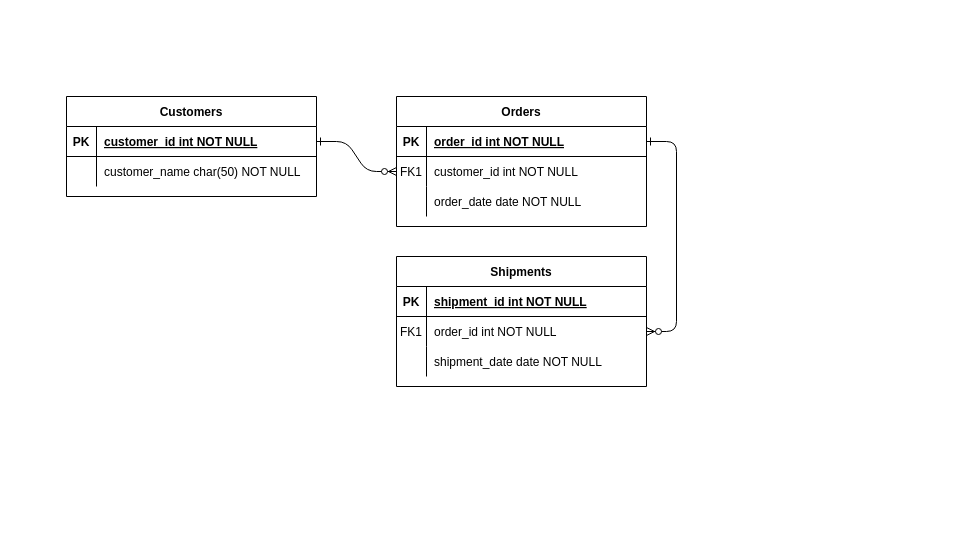
Above: DATABASES/Diagrama sin título.drawio in Kvzito/TEC_ITC (draw.io), before the change. Source tidied: cells renumbered, new cells numbered last; positions are measured from the earlier drawing's top-left corner, leaving out a move shared by most shapes. Both pictures are drawn from the tidied source at 100%, with x=0, y=0 at pixel (66, 96).
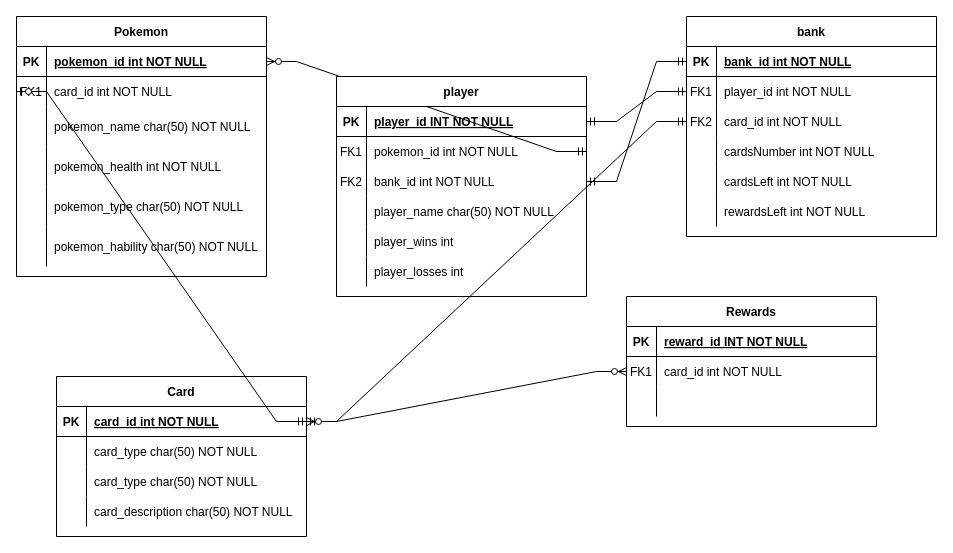
After the change.

Unchanged cells that the change refers to:
```xml
<mxCell id="5" style="shape=partialRectangle;fillColor=none;points=[[0,0.5],[1,0.5]];portConstraint=eastwest;top=0;left=0;right=0;bottom=1;" parent="4" vertex="1">
  <mxGeometry y="30" width="250" height="30" as="geometry" />
</mxCell>
<mxCell id="8" style="shape=partialRectangle;fillColor=none;points=[[0,0.5],[1,0.5]];portConstraint=eastwest;top=0;left=0;right=0;bottom=0;" parent="4" vertex="1">
  <mxGeometry y="60" width="250" height="30" as="geometry" />
</mxCell>
<mxCell id="15" style="shape=partialRectangle;fillColor=none;top=0;left=0;right=0;bottom=1;" parent="14" vertex="1">
  <mxGeometry y="30" width="250" height="30" as="geometry" />
</mxCell>
<mxCell id="18" style="shape=partialRectangle;fillColor=none;points=[[0,0.5],[1,0.5]];portConstraint=eastwest;top=0;left=0;right=0;bottom=0;" parent="14" vertex="1">
  <mxGeometry y="60" width="250" height="30" as="geometry" />
</mxCell>
<mxCell id="21" style="shape=partialRectangle;fillColor=none;top=0;left=0;right=0;bottom=0;" parent="14" vertex="1">
  <mxGeometry y="90" width="250" height="30" as="geometry" />
</mxCell>
<mxCell id="25" style="shape=partialRectangle;fillColor=none;points=[[0,0.5],[1,0.5]];portConstraint=eastwest;top=0;left=0;right=0;bottom=1;" parent="24" vertex="1">
  <mxGeometry y="30" width="250" height="30" as="geometry" />
</mxCell>
```

Diff of the diagram source:
```diff
@@
-    <mxCell id="2" style="edgeStyle=entityRelationEdgeStyle;endArrow=ERzeroToMany;startArrow=ERone;endFill=1;startFill=0;" parent="1" edge="1" source="25" target="8">
-      <mxGeometry relative="1" as="geometry" />
-    </mxCell>
-    <mxCell id="3" style="edgeStyle=entityRelationEdgeStyle;endArrow=ERzeroToMany;startArrow=ERone;endFill=1;startFill=0;" parent="1" edge="1" source="5" target="18">
-      <mxGeometry relative="1" as="geometry" />
-    </mxCell>
-    <mxCell id="4" value="Orders" style="shape=table;startSize=30;childLayout=tableLayout;rowLines=0;fontStyle=1;align=center;" parent="1" vertex="1">
-      <mxGeometry x="330" width="250" height="130" as="geometry" />
+    <mxCell id="4" value="Pokemon" style="shape=table;startSize=30;childLayout=tableLayout;rowLines=0;fontStyle=1;align=center;" parent="1" vertex="1">
+      <mxGeometry x="-50" y="-80" width="250" height="260" as="geometry" />
     </mxCell>
@@
-    <mxCell id="7" value="order_id int NOT NULL " style="shape=partialRectangle;overflow=hidden;fillColor=none;top=0;left=0;bottom=0;right=0;align=left;spacingLeft=6;fontStyle=5;" parent="5" vertex="1">
+    <mxCell id="7" value="pokemon_id int NOT NULL " style="shape=partialRectangle;overflow=hidden;fillColor=none;top=0;left=0;bottom=0;right=0;align=left;spacingLeft=6;fontStyle=5;" parent="5" vertex="1">
       <mxGeometry x="30" width="220" height="30" as="geometry" />
     </mxCell>
@@
-    <mxCell id="10" value="customer_id int NOT NULL" style="shape=partialRectangle;overflow=hidden;fillColor=none;top=0;left=0;bottom=0;right=0;align=left;spacingLeft=6;" parent="8" vertex="1">
+    <mxCell id="10" value="card_id int NOT NULL" style="shape=partialRectangle;overflow=hidden;fillColor=none;top=0;left=0;bottom=0;right=0;align=left;spacingLeft=6;" parent="8" vertex="1">
       <mxGeometry x="30" width="220" height="30" as="geometry" />
     </mxCell>
     <mxCell id="11" style="shape=partialRectangle;fillColor=none;top=0;left=0;right=0;bottom=0;" parent="4" vertex="1">
-      <mxGeometry y="90" width="250" height="30" as="geometry" />
+      <mxGeometry y="90" width="250" height="40" as="geometry" />
     </mxCell>
     <mxCell id="12" style="shape=partialRectangle;overflow=hidden;fillColor=none;top=0;left=0;bottom=0;right=0;" parent="11" vertex="1">
-      <mxGeometry width="30" height="30" as="geometry" />
+      <mxGeometry width="30" height="40" as="geometry" />
     </mxCell>
-    <mxCell id="13" value="order_date date NOT NULL" style="shape=partialRectangle;overflow=hidden;fillColor=none;top=0;left=0;bottom=0;right=0;align=left;spacingLeft=6;" parent="11" vertex="1">
-      <mxGeometry x="30" width="220" height="30" as="geometry" />
+    <mxCell id="13" value="pokemon_name char(50) NOT NULL" style="shape=partialRectangle;overflow=hidden;fillColor=none;top=0;left=0;bottom=0;right=0;align=left;spacingLeft=6;" parent="11" vertex="1">
+      <mxGeometry x="30" width="220" height="40" as="geometry" />
     </mxCell>
+    <mxCell id="31" style="shape=partialRectangle;fillColor=none;top=0;left=0;right=0;bottom=0;" parent="4" vertex="1">
+      <mxGeometry y="130" width="250" height="40" as="geometry" />
+    </mxCell>
+    <mxCell id="32" style="shape=partialRectangle;overflow=hidden;fillColor=none;top=0;left=0;bottom=0;right=0;" parent="31" vertex="1">
+      <mxGeometry width="30" height="40" as="geometry" />
+    </mxCell>
+    <mxCell id="33" value="pokemon_health int NOT NULL" style="shape=partialRectangle;overflow=hidden;fillColor=none;top=0;left=0;bottom=0;right=0;align=left;spacingLeft=6;" parent="31" vertex="1">
+      <mxGeometry x="30" width="220" height="40" as="geometry" />
+    </mxCell>
+    <mxCell id="34" style="shape=partialRectangle;fillColor=none;top=0;left=0;right=0;bottom=0;" parent="4" vertex="1">
+      <mxGeometry y="170" width="250" height="40" as="geometry" />
+    </mxCell>
+    <mxCell id="35" style="shape=partialRectangle;overflow=hidden;fillColor=none;top=0;left=0;bottom=0;right=0;" parent="34" vertex="1">
+      <mxGeometry width="30" height="40" as="geometry" />
+    </mxCell>
+    <mxCell id="36" value="pokemon_type char(50) NOT NULL" style="shape=partialRectangle;overflow=hidden;fillColor=none;top=0;left=0;bottom=0;right=0;align=left;spacingLeft=6;" parent="34" vertex="1">
+      <mxGeometry x="30" width="220" height="40" as="geometry" />
+    </mxCell>
+    <mxCell id="37" style="shape=partialRectangle;fillColor=none;top=0;left=0;right=0;bottom=0;" parent="4" vertex="1">
+      <mxGeometry y="210" width="250" height="40" as="geometry" />
+    </mxCell>
+    <mxCell id="38" style="shape=partialRectangle;overflow=hidden;fillColor=none;top=0;left=0;bottom=0;right=0;" parent="37" vertex="1">
+      <mxGeometry width="30" height="40" as="geometry" />
+    </mxCell>
+    <mxCell id="39" value="pokemon_hability char(50) NOT NULL" style="shape=partialRectangle;overflow=hidden;fillColor=none;top=0;left=0;bottom=0;right=0;align=left;spacingLeft=6;" parent="37" vertex="1">
+      <mxGeometry x="30" width="220" height="40" as="geometry" />
+    </mxCell>
-    <mxCell id="14" value="Shipments" style="shape=table;startSize=30;childLayout=tableLayout;rowLines=0;fontStyle=1;align=center;" parent="1" vertex="1">
-      <mxGeometry x="330" y="160" width="250" height="130" as="geometry" />
+    <mxCell id="14" value="Rewards" style="shape=table;startSize=30;childLayout=tableLayout;rowLines=0;fontStyle=1;align=center;" parent="1" vertex="1">
+      <mxGeometry x="560" y="200" width="250" height="130" as="geometry" />
     </mxCell>
@@
-    <mxCell id="17" value="shipment_id int NOT NULL " style="shape=partialRectangle;overflow=hidden;fillColor=none;top=0;left=0;bottom=0;right=0;align=left;spacingLeft=6;fontStyle=5;" parent="15" vertex="1">
+    <mxCell id="17" value="reward_id INT NOT NULL" style="shape=partialRectangle;overflow=hidden;fillColor=none;top=0;left=0;bottom=0;right=0;align=left;spacingLeft=6;fontStyle=5;" parent="15" vertex="1">
       <mxGeometry x="30" width="220" height="30" as="geometry" />
     </mxCell>
@@
-    <mxCell id="20" value="order_id int NOT NULL" style="shape=partialRectangle;overflow=hidden;fillColor=none;top=0;left=0;bottom=0;right=0;align=left;spacingLeft=6;" parent="18" vertex="1">
+    <mxCell id="20" value="card_id int NOT NULL" style="shape=partialRectangle;overflow=hidden;fillColor=none;top=0;left=0;bottom=0;right=0;align=left;spacingLeft=6;" parent="18" vertex="1">
       <mxGeometry x="30" width="220" height="30" as="geometry" />
     </mxCell>
@@
-    <mxCell id="23" value="shipment_date date NOT NULL" style="shape=partialRectangle;overflow=hidden;fillColor=none;top=0;left=0;bottom=0;right=0;align=left;spacingLeft=6;" parent="21" vertex="1">
+    <mxCell id="23" style="shape=partialRectangle;overflow=hidden;fillColor=none;top=0;left=0;bottom=0;right=0;align=left;spacingLeft=6;" parent="21" vertex="1">
       <mxGeometry x="30" width="220" height="30" as="geometry" />
     </mxCell>
-    <mxCell id="24" value="Customers" style="shape=table;startSize=30;childLayout=tableLayout;rowLines=0;fontStyle=1;align=center;" parent="1" vertex="1">
-      <mxGeometry width="250" height="100" as="geometry" />
+    <mxCell id="24" value="Card" style="shape=table;startSize=30;childLayout=tableLayout;rowLines=0;fontStyle=1;align=center;" parent="1" vertex="1">
+      <mxGeometry x="-10" y="280" width="250" height="160" as="geometry" />
     </mxCell>
@@
-    <mxCell id="27" value="customer_id int NOT NULL " style="shape=partialRectangle;overflow=hidden;fillColor=none;top=0;left=0;bottom=0;right=0;align=left;spacingLeft=6;fontStyle=5;" parent="25" vertex="1">
+    <mxCell id="27" value="card_id int NOT NULL " style="shape=partialRectangle;overflow=hidden;fillColor=none;top=0;left=0;bottom=0;right=0;align=left;spacingLeft=6;fontStyle=5;" parent="25" vertex="1">
       <mxGeometry x="30" width="220" height="30" as="geometry" />
     </mxCell>
+    <mxCell id="40" style="shape=partialRectangle;fillColor=none;top=0;left=0;right=0;bottom=0;" parent="24" vertex="1">
+      <mxGeometry y="60" width="250" height="30" as="geometry" />
+    </mxCell>
+    <mxCell id="41" style="shape=partialRectangle;overflow=hidden;fillColor=none;top=0;left=0;bottom=0;right=0;" parent="40" vertex="1">
+      <mxGeometry width="30" height="30" as="geometry" />
+    </mxCell>
+    <mxCell id="42" value="card_type char(50) NOT NULL" style="shape=partialRectangle;overflow=hidden;fillColor=none;top=0;left=0;bottom=0;right=0;align=left;spacingLeft=6;" parent="40" vertex="1">
+      <mxGeometry x="30" width="220" height="30" as="geometry" />
+    </mxCell>
+    <mxCell id="43" style="shape=partialRectangle;fillColor=none;top=0;left=0;right=0;bottom=0;" parent="24" vertex="1">
+      <mxGeometry y="90" width="250" height="30" as="geometry" />
+    </mxCell>
+    <mxCell id="44" style="shape=partialRectangle;overflow=hidden;fillColor=none;top=0;left=0;bottom=0;right=0;" parent="43" vertex="1">
+      <mxGeometry width="30" height="30" as="geometry" />
+    </mxCell>
+    <mxCell id="45" value="card_type char(50) NOT NULL" style="shape=partialRectangle;overflow=hidden;fillColor=none;top=0;left=0;bottom=0;right=0;align=left;spacingLeft=6;" parent="43" vertex="1">
+      <mxGeometry x="30" width="220" height="30" as="geometry" />
+    </mxCell>
     <mxCell id="28" style="shape=partialRectangle;fillColor=none;top=0;left=0;right=0;bottom=0;" parent="24" vertex="1">
-      <mxGeometry y="60" width="250" height="30" as="geometry" />
+      <mxGeometry y="120" width="250" height="30" as="geometry" />
     </mxCell>
@@
-    <mxCell id="30" value="customer_name char(50) NOT NULL" style="shape=partialRectangle;overflow=hidden;fillColor=none;top=0;left=0;bottom=0;right=0;align=left;spacingLeft=6;" parent="28" vertex="1">
+    <mxCell id="30" value="card_description char(50) NOT NULL" style="shape=partialRectangle;overflow=hidden;fillColor=none;top=0;left=0;bottom=0;right=0;align=left;spacingLeft=6;" parent="28" vertex="1">
       <mxGeometry x="30" width="220" height="30" as="geometry" />
     </mxCell>
+    <mxCell id="46" value="bank" style="shape=table;startSize=30;childLayout=tableLayout;rowLines=0;fontStyle=1;align=center;" parent="1" vertex="1">
+      <mxGeometry x="620" y="-80" width="250" height="220" as="geometry" />
+    </mxCell>
+    <mxCell id="47" style="shape=partialRectangle;fillColor=none;points=[[0,0.5],[1,0.5]];portConstraint=eastwest;top=0;left=0;right=0;bottom=1;" parent="46" vertex="1">
+      <mxGeometry y="30" width="250" height="30" as="geometry" />
+    </mxCell>
+    <mxCell id="48" value="PK" style="shape=partialRectangle;overflow=hidden;fillColor=none;top=0;left=0;bottom=0;right=0;fontStyle=1;" parent="47" vertex="1">
+      <mxGeometry width="30" height="30" as="geometry" />
+    </mxCell>
+    <mxCell id="49" value="bank_id int NOT NULL" style="shape=partialRectangle;overflow=hidden;fillColor=none;top=0;left=0;bottom=0;right=0;align=left;spacingLeft=6;fontStyle=5;" parent="47" vertex="1">
+      <mxGeometry x="30" width="220" height="30" as="geometry" />
+    </mxCell>
+    <mxCell id="50" style="shape=partialRectangle;fillColor=none;points=[[0,0.5],[1,0.5]];portConstraint=eastwest;top=0;left=0;right=0;bottom=0;" parent="46" vertex="1">
+      <mxGeometry y="60" width="250" height="30" as="geometry" />
+    </mxCell>
+    <mxCell id="51" value="FK1" style="shape=partialRectangle;overflow=hidden;fillColor=none;top=0;left=0;bottom=0;right=0;" parent="50" vertex="1">
+      <mxGeometry width="30" height="30" as="geometry" />
+    </mxCell>
+    <mxCell id="52" value="player_id int NOT NULL" style="shape=partialRectangle;overflow=hidden;fillColor=none;top=0;left=0;bottom=0;right=0;align=left;spacingLeft=6;" parent="50" vertex="1">
+      <mxGeometry x="30" width="220" height="30" as="geometry" />
+    </mxCell>
+    <mxCell id="53" style="shape=partialRectangle;fillColor=none;points=[[0,0.5],[1,0.5]];portConstraint=eastwest;top=0;left=0;right=0;bottom=0;" parent="46" vertex="1">
+      <mxGeometry y="90" width="250" height="30" as="geometry" />
+    </mxCell>
+    <mxCell id="54" value="FK2" style="shape=partialRectangle;overflow=hidden;fillColor=none;top=0;left=0;bottom=0;right=0;" parent="53" vertex="1">
+      <mxGeometry width="30" height="30" as="geometry" />
+    </mxCell>
+    <mxCell id="55" value="card_id int NOT NULL" style="shape=partialRectangle;overflow=hidden;fillColor=none;top=0;left=0;bottom=0;right=0;align=left;spacingLeft=6;" parent="53" vertex="1">
+      <mxGeometry x="30" width="220" height="30" as="geometry" />
+    </mxCell>
+    <mxCell id="56" style="shape=partialRectangle;fillColor=none;top=0;left=0;right=0;bottom=0;" parent="46" vertex="1">
+      <mxGeometry y="120" width="250" height="30" as="geometry" />
+    </mxCell>
+    <mxCell id="57" style="shape=partialRectangle;overflow=hidden;fillColor=none;top=0;left=0;bottom=0;right=0;" parent="56" vertex="1">
+      <mxGeometry width="30" height="30" as="geometry" />
+    </mxCell>
+    <mxCell id="58" value="cardsNumber int NOT NULL" style="shape=partialRectangle;overflow=hidden;fillColor=none;top=0;left=0;bottom=0;right=0;align=left;spacingLeft=6;" parent="56" vertex="1">
+      <mxGeometry x="30" width="220" height="30" as="geometry" />
+    </mxCell>
+    <mxCell id="59" style="shape=partialRectangle;fillColor=none;top=0;left=0;right=0;bottom=0;" parent="46" vertex="1">
+      <mxGeometry y="150" width="250" height="30" as="geometry" />
+    </mxCell>
+    <mxCell id="60" style="shape=partialRectangle;overflow=hidden;fillColor=none;top=0;left=0;bottom=0;right=0;" parent="59" vertex="1">
+      <mxGeometry width="30" height="30" as="geometry" />
+    </mxCell>
+    <mxCell id="61" value="cardsLeft int NOT NULL" style="shape=partialRectangle;overflow=hidden;fillColor=none;top=0;left=0;bottom=0;right=0;align=left;spacingLeft=6;" parent="59" vertex="1">
+      <mxGeometry x="30" width="220" height="30" as="geometry" />
+    </mxCell>
+    <mxCell id="62" style="shape=partialRectangle;fillColor=none;top=0;left=0;right=0;bottom=0;" parent="46" vertex="1">
+      <mxGeometry y="180" width="250" height="30" as="geometry" />
+    </mxCell>
+    <mxCell id="63" style="shape=partialRectangle;overflow=hidden;fillColor=none;top=0;left=0;bottom=0;right=0;" parent="62" vertex="1">
+      <mxGeometry width="30" height="30" as="geometry" />
+    </mxCell>
+    <mxCell id="64" value="rewardsLeft int NOT NULL" style="shape=partialRectangle;overflow=hidden;fillColor=none;top=0;left=0;bottom=0;right=0;align=left;spacingLeft=6;" parent="62" vertex="1">
+      <mxGeometry x="30" width="220" height="30" as="geometry" />
+    </mxCell>
+    <mxCell id="2" style="edgeStyle=entityRelationEdgeStyle;fontSize=12;html=1;endArrow=ERzeroToOne;startArrow=ERmandOne;rounded=0;entryX=0;entryY=0.5;entryDx=0;entryDy=0;exitX=1;exitY=0.5;exitDx=0;exitDy=0;" parent="1" edge="1" source="25" target="8">
+      <mxGeometry relative="1" as="geometry" />
+    </mxCell>
+    <mxCell id="65" style="edgeStyle=entityRelationEdgeStyle;fontSize=12;html=1;endArrow=ERmandOne;startArrow=ERmandOne;rounded=0;exitX=1;exitY=0.5;exitDx=0;exitDy=0;entryX=0;entryY=0.5;entryDx=0;entryDy=0;" parent="1" edge="1" source="69" target="50">
+      <mxGeometry relative="1" as="geometry">
+        <Array as="points">
+          <mxPoint x="190" y="220" />
+          <mxPoint x="90" y="310" />
+          <mxPoint x="170" y="280" />
+        </Array>
+      </mxGeometry>
+    </mxCell>
+    <mxCell id="66" style="edgeStyle=entityRelationEdgeStyle;fontSize=12;html=1;endArrow=ERzeroToMany;startArrow=ERmandOne;rounded=0;entryX=1;entryY=0.5;entryDx=0;entryDy=0;exitX=1;exitY=0.5;exitDx=0;exitDy=0;" parent="1" edge="1" source="72" target="5">
+      <mxGeometry relative="1" as="geometry" />
+    </mxCell>
+    <mxCell id="67" style="edgeStyle=entityRelationEdgeStyle;fontSize=12;html=1;endArrow=ERzeroToMany;startArrow=ERmandOne;rounded=0;exitX=1;exitY=0.5;exitDx=0;exitDy=0;entryX=0;entryY=0.5;entryDx=0;entryDy=0;" parent="1" edge="1" source="25" target="18">
+      <mxGeometry relative="1" as="geometry" />
+    </mxCell>
+    <mxCell id="68" value="player" style="shape=table;startSize=30;childLayout=tableLayout;rowLines=0;fontStyle=1;align=center;" parent="1" vertex="1">
+      <mxGeometry x="270" y="-20" width="250" height="220" as="geometry" />
+    </mxCell>
+    <mxCell id="69" style="shape=partialRectangle;fillColor=none;points=[[0,0.5],[1,0.5]];portConstraint=eastwest;top=0;left=0;right=0;bottom=1;" parent="68" vertex="1">
+      <mxGeometry y="30" width="250" height="30" as="geometry" />
+    </mxCell>
+    <mxCell id="70" value="PK" style="shape=partialRectangle;overflow=hidden;fillColor=none;top=0;left=0;bottom=0;right=0;fontStyle=1;" parent="69" vertex="1">
+      <mxGeometry width="30" height="30" as="geometry" />
+    </mxCell>
+    <mxCell id="71" value="player_id INT NOT NULL" style="shape=partialRectangle;overflow=hidden;fillColor=none;top=0;left=0;bottom=0;right=0;align=left;spacingLeft=6;fontStyle=5;" parent="69" vertex="1">
+      <mxGeometry x="30" width="220" height="30" as="geometry" />
+    </mxCell>
+    <mxCell id="72" style="shape=partialRectangle;fillColor=none;points=[[0,0.5],[1,0.5]];portConstraint=eastwest;top=0;left=0;right=0;bottom=0;" parent="68" vertex="1">
+      <mxGeometry y="60" width="250" height="30" as="geometry" />
+    </mxCell>
+    <mxCell id="73" value="FK1" style="shape=partialRectangle;overflow=hidden;fillColor=none;top=0;left=0;bottom=0;right=0;" parent="72" vertex="1">
+      <mxGeometry width="30" height="30" as="geometry" />
+    </mxCell>
+    <mxCell id="74" value="pokemon_id int NOT NULL" style="shape=partialRectangle;overflow=hidden;fillColor=none;top=0;left=0;bottom=0;right=0;align=left;spacingLeft=6;" parent="72" vertex="1">
+      <mxGeometry x="30" width="220" height="30" as="geometry" />
+    </mxCell>
+    <mxCell id="75" style="shape=partialRectangle;fillColor=none;points=[[0,0.5],[1,0.5]];portConstraint=eastwest;top=0;left=0;right=0;bottom=0;" parent="68" vertex="1">
+      <mxGeometry y="90" width="250" height="30" as="geometry" />
+    </mxCell>
+    <mxCell id="76" value="FK2" style="shape=partialRectangle;overflow=hidden;fillColor=none;top=0;left=0;bottom=0;right=0;" parent="75" vertex="1">
+      <mxGeometry width="30" height="30" as="geometry" />
+    </mxCell>
+    <mxCell id="77" value="bank_id int NOT NULL" style="shape=partialRectangle;overflow=hidden;fillColor=none;top=0;left=0;bottom=0;right=0;align=left;spacingLeft=6;" parent="75" vertex="1">
+      <mxGeometry x="30" width="220" height="30" as="geometry" />
+    </mxCell>
+    <mxCell id="78" style="shape=partialRectangle;fillColor=none;top=0;left=0;right=0;bottom=0;" parent="68" vertex="1">
+      <mxGeometry y="120" width="250" height="30" as="geometry" />
+    </mxCell>
+    <mxCell id="79" style="shape=partialRectangle;overflow=hidden;fillColor=none;top=0;left=0;bottom=0;right=0;" parent="78" vertex="1">
+      <mxGeometry width="30" height="30" as="geometry" />
+    </mxCell>
+    <mxCell id="80" value="player_name char(50) NOT NULL" style="shape=partialRectangle;overflow=hidden;fillColor=none;top=0;left=0;bottom=0;right=0;align=left;spacingLeft=6;" parent="78" vertex="1">
+      <mxGeometry x="30" width="220" height="30" as="geometry" />
+    </mxCell>
+    <mxCell id="81" style="shape=partialRectangle;fillColor=none;top=0;left=0;right=0;bottom=0;" parent="68" vertex="1">
+      <mxGeometry y="150" width="250" height="30" as="geometry" />
+    </mxCell>
+    <mxCell id="82" style="shape=partialRectangle;overflow=hidden;fillColor=none;top=0;left=0;bottom=0;right=0;" parent="81" vertex="1">
+      <mxGeometry width="30" height="30" as="geometry" />
+    </mxCell>
+    <mxCell id="83" value="player_wins int" style="shape=partialRectangle;overflow=hidden;fillColor=none;top=0;left=0;bottom=0;right=0;align=left;spacingLeft=6;" parent="81" vertex="1">
+      <mxGeometry x="30" width="220" height="30" as="geometry" />
+    </mxCell>
+    <mxCell id="84" style="shape=partialRectangle;fillColor=none;top=0;left=0;right=0;bottom=0;" parent="68" vertex="1">
+      <mxGeometry y="180" width="250" height="30" as="geometry" />
+    </mxCell>
+    <mxCell id="85" style="shape=partialRectangle;overflow=hidden;fillColor=none;top=0;left=0;bottom=0;right=0;" parent="84" vertex="1">
+      <mxGeometry width="30" height="30" as="geometry" />
+    </mxCell>
+    <mxCell id="86" value="player_losses int" style="shape=partialRectangle;overflow=hidden;fillColor=none;top=0;left=0;bottom=0;right=0;align=left;spacingLeft=6;" parent="84" vertex="1">
+      <mxGeometry x="30" width="220" height="30" as="geometry" />
+    </mxCell>
+    <mxCell id="87" style="edgeStyle=entityRelationEdgeStyle;fontSize=12;html=1;endArrow=ERmandOne;startArrow=ERmandOne;rounded=0;exitX=0;exitY=0.5;exitDx=0;exitDy=0;entryX=1;entryY=0.5;entryDx=0;entryDy=0;" parent="1" edge="1" source="47" target="75">
+      <mxGeometry relative="1" as="geometry" />
+    </mxCell>
+    <mxCell id="88" style="edgeStyle=entityRelationEdgeStyle;fontSize=12;html=1;endArrow=ERzeroToMany;startArrow=ERmandOne;rounded=0;exitX=0;exitY=0.5;exitDx=0;exitDy=0;" parent="1" edge="1" source="53" target="25">
+      <mxGeometry relative="1" as="geometry" />
+    </mxCell>
```
